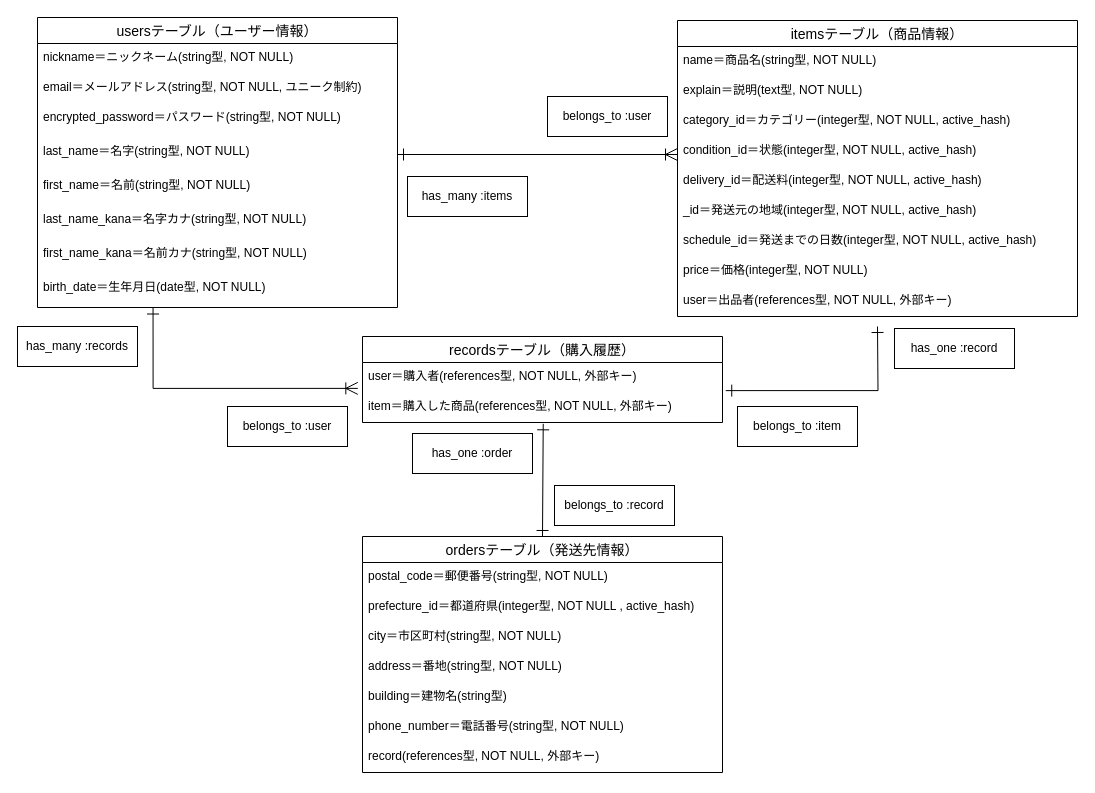
Above: furima.dio in Nannaan/furima-39306 (draw.io), before the change. Source tidied: cells renumbered, new cells numbered last; positions are measured from the earlier drawing's top-left corner, leaving out a move shared by most shapes. Both pictures are drawn from the tidied source at 100%, with x=0, y=0 at pixel (17, 17).
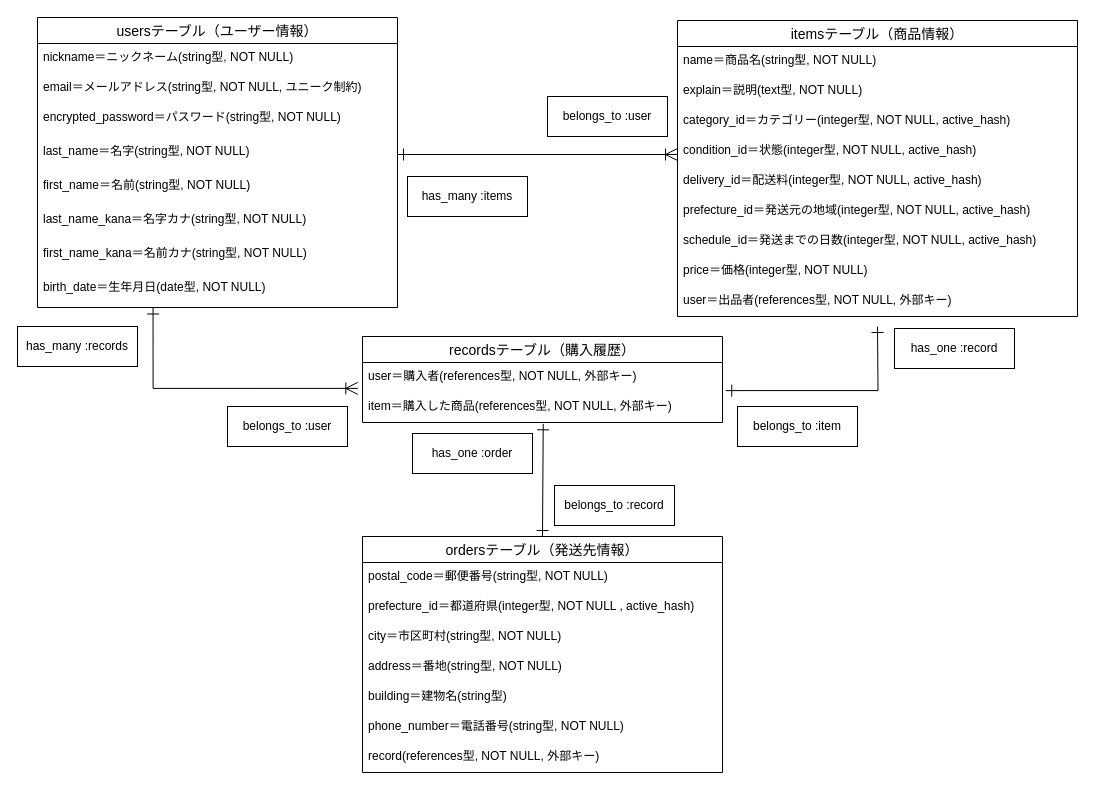
The same page after the edit.

The change refers to these unchanged cells:
```xml
<mxCell id="11" value="itemsテーブル（商品情報）" style="swimlane;fontStyle=0;horizontal=1;startSize=26;align=center;fontSize=14;" parent="1" vertex="1">
  <mxGeometry x="660" y="3" width="400" height="296" as="geometry" />
</mxCell>
```

Diff of the diagram source:
```diff
@@
-    <mxCell id="17" value="_id＝発送元の地域(integer型, NOT NULL, active_hash)" style="text;strokeColor=none;fillColor=none;spacingLeft=4;spacingRight=4;overflow=hidden;fontSize=12;" parent="11" vertex="1">
+    <mxCell id="17" value="prefecture_id＝発送元の地域(integer型, NOT NULL, active_hash)" style="text;strokeColor=none;fillColor=none;spacingLeft=4;spacingRight=4;overflow=hidden;fontSize=12;" parent="11" vertex="1">
       <mxGeometry y="176" width="400" height="30" as="geometry" />
     </mxCell>
```
